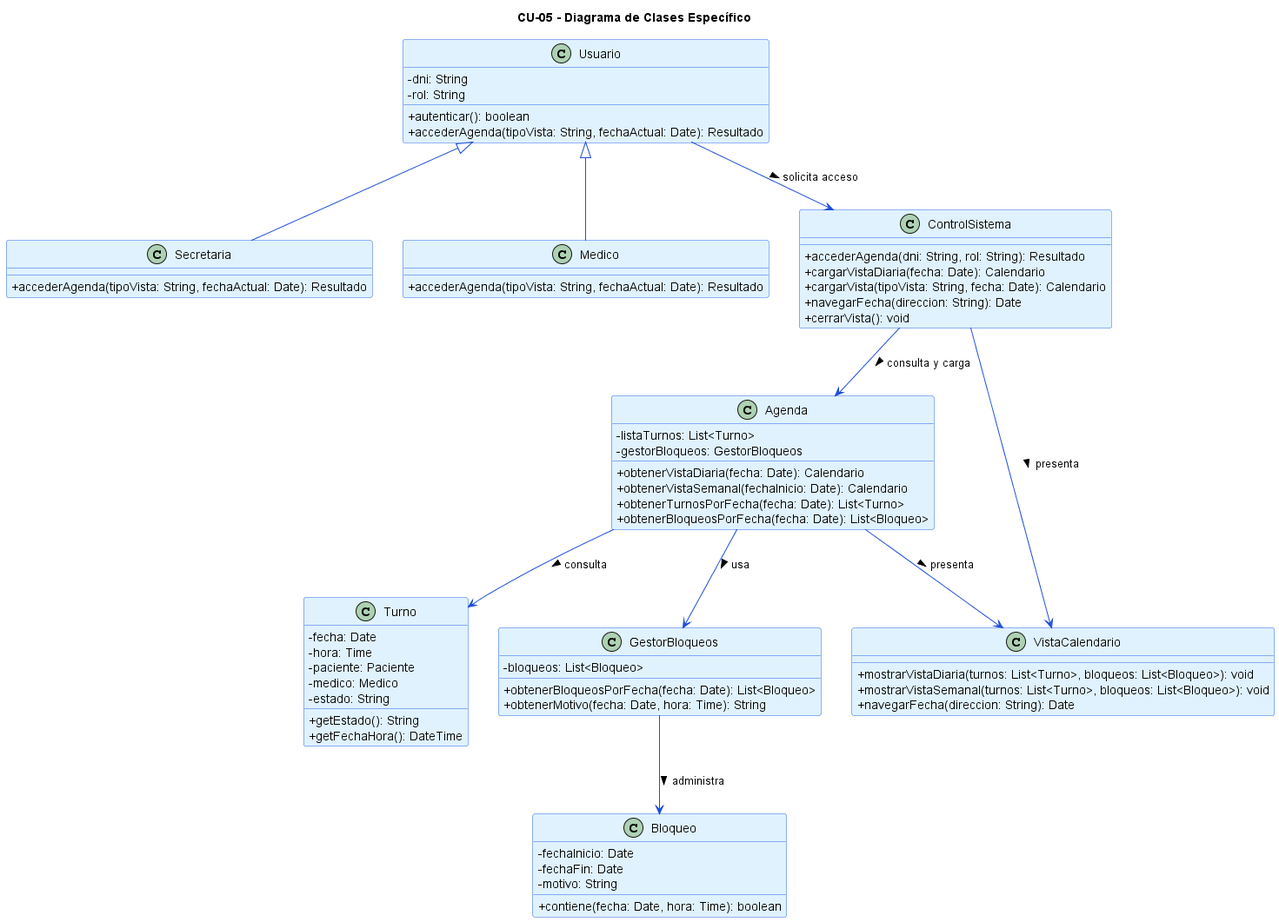
This is diagramas/01-diagrama-clases/05-clase-visualizar-agenda.png from angelgc9107-lgtm/SistemaTurnosMedicos_GP6, a PlantUML export, as it was before one commit.
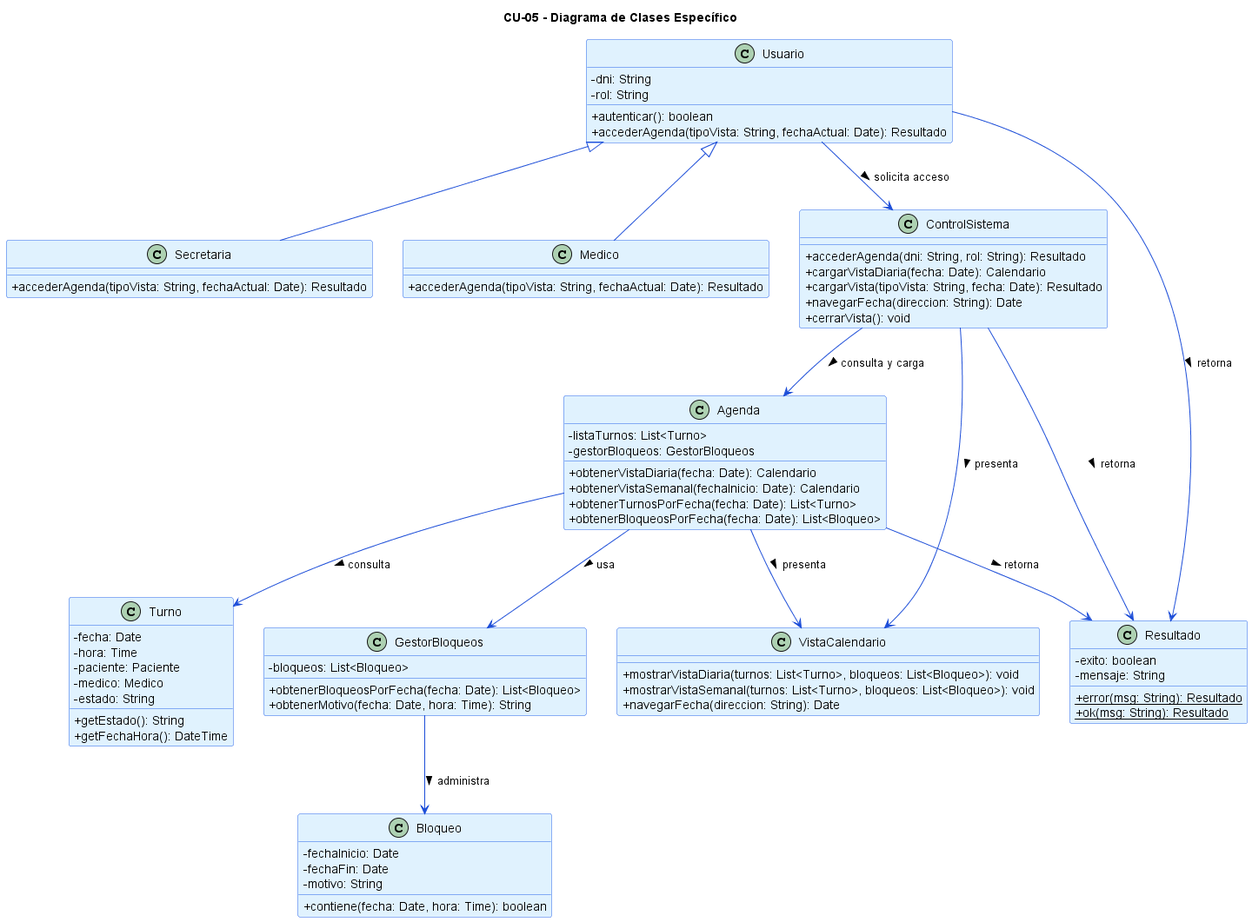
The same diagram one commit later.

Commit message:
Corrige diagramas y agrega clases

Change to the diagram source:
```diff
@@ -64,7 +64,7 @@
 class ControlSistema {
     + accederAgenda(dni: String, rol: String): Resultado
     + cargarVistaDiaria(fecha: Date): Calendario
-    + cargarVista(tipoVista: String, fecha: Date): Calendario
+    + cargarVista(tipoVista: String, fecha: Date): Resultado
     + navegarFecha(direccion: String): Date
     + cerrarVista(): void
 }
@@ -78,4 +78,15 @@
 Agenda --> GestorBloqueos : usa >
 Agenda --> VistaCalendario : presenta >
 GestorBloqueos --> Bloqueo : administra >
+
+class Resultado {
+    - exito: boolean
+    - mensaje: String
+    + {static} error(msg: String): Resultado
+    + {static} ok(msg: String): Resultado
+}
+
+Usuario --> Resultado : retorna >
+ControlSistema --> Resultado : retorna >
+Agenda --> Resultado : retorna >
 @enduml
```
